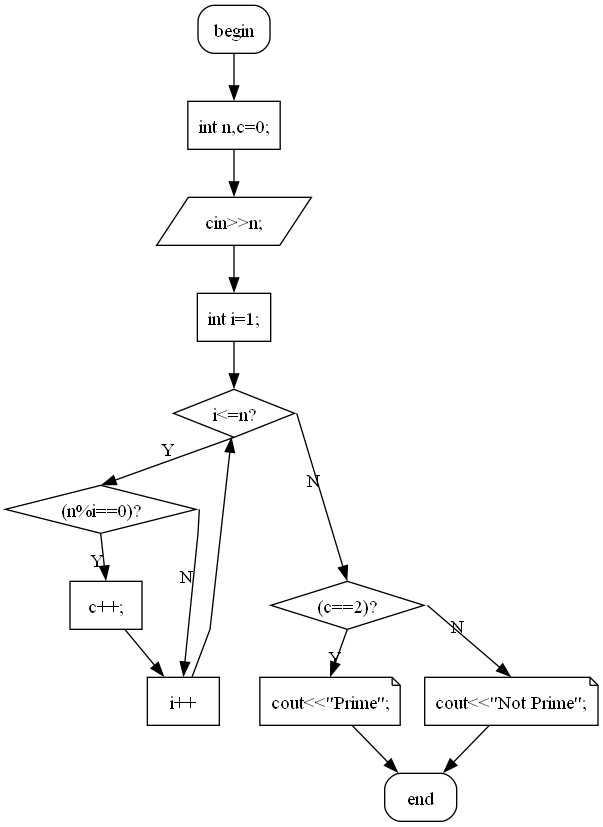
khoibut/algorithm-visualizer keeps this Graphviz diagram as public/images/code.png. Above is the earlier version. Its source is kept beside it as controller/code.dot.
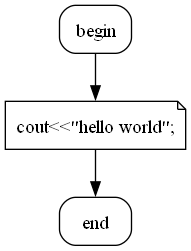
Later version of the same file.

The edit, as a diff of the source:
```diff
@@ -2,28 +2,7 @@
 graph [splines=polyline];
 D0 [shape=box, style=rounded, label="begin"];
 {rank = sink; D1 [shape=box, style=rounded, label="end"];}
-D4 [shape=box, label="int n,c=0;"];
-D6 [shape=parallelogram, label="cin>>n;"];
-D10 [shape=diamond, label="i<=n?"];
-D11 [shape=box, label="int i=1;"];
-D12 [shape=box, label="i++"];
-D15 [shape=diamond, label="(n%i==0)?"];
-D20 [shape=box, label="c++;"];
-D22 [shape=diamond, label="(c==2)?"];
-D27 [shape=note, label="cout<<\"Prime\";"];
-D31 [shape=note, label="cout<<\"Not Prime\";"];
-D4 -> D6;
-D6 -> D11;
-D10:e -> D22:n [xlabel=N];
-D11 -> D10;
-D15:e -> D12:n [xlabel=N];
-D12 -> D10;
-D20 -> D12;
-D15:s -> D20:n [xlabel=Y];
-D10:s -> D15:n [xlabel=Y];
-D27 -> D1;
-D31 -> D1;
-D22:s -> D27:n [xlabel=Y];
-D22:e -> D31:n [xlabel=N];
+D4 [shape=note, label="cout<<\"hello world\";"];
+D4 -> D1;
 D0 -> D4;
 }
```
